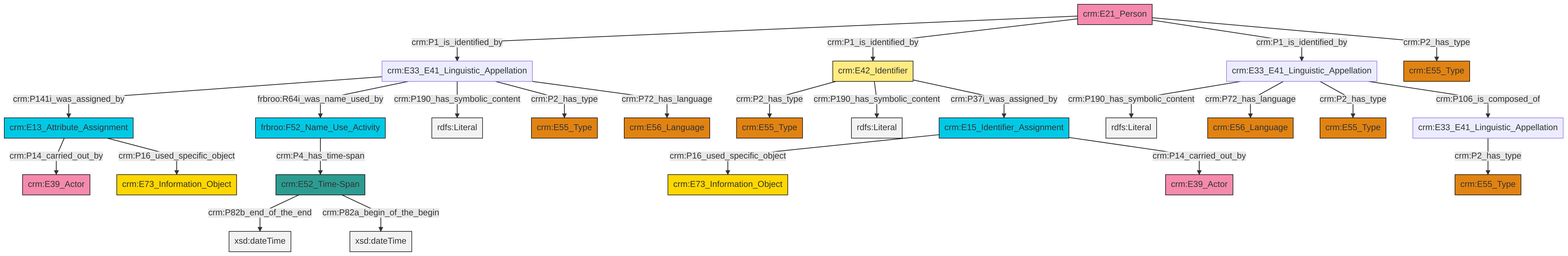
The Mermaid diagram et/personCSV/ttl/mmd/png/Person_Names_and_Classification.png in swiss-art-research-net/reference-data-models, before a commit. Its source is kept beside it as et/personCSV/ttl/mmd/Person_Names_and_Classification.ttl.mmd.
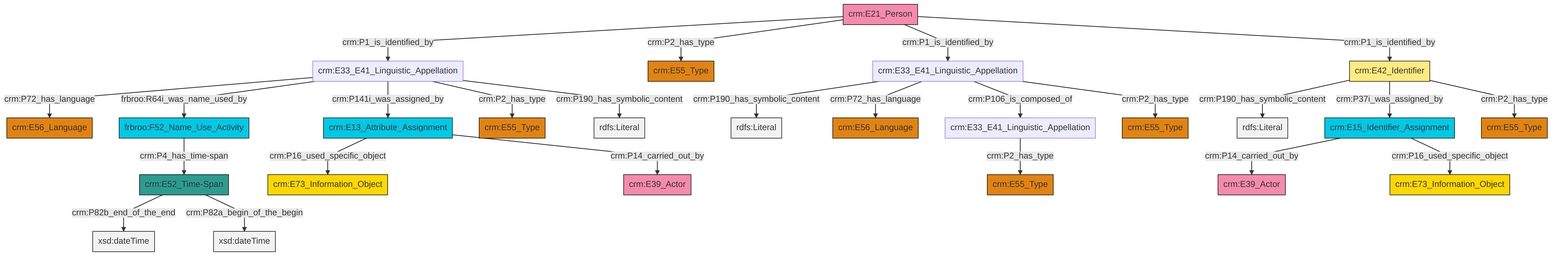
After the change.

The edit, as a diff of the source:
```diff
@@ -13,27 +13,27 @@
 classDef PC_Classes fill:#4ce600, stroke:#000000;
 classDef Multi fill:#cccccc,stroke:#000000;
 
-0["crm:E42_Identifier"]:::Appellation -->|crm:P2_has_type| 1["crm:E55_Type"]:::Type
-4["crm:E33_E41_Linguistic_Appellation"]:::Default -->|crm:P190_has_symbolic_content| 5[rdfs:Literal]:::Literal
-6["crm:E21_Person"]:::Actor -->|crm:P1_is_identified_by| 7["crm:E33_E41_Linguistic_Appellation"]:::Default
-6["crm:E21_Person"]:::Actor -->|crm:P1_is_identified_by| 0["crm:E42_Identifier"]:::Appellation
-7["crm:E33_E41_Linguistic_Appellation"]:::Default -->|crm:P141i_was_assigned_by| 2["crm:E13_Attribute_Assignment"]:::Temporal_Entity
-13["crm:E52_Time-Span"]:::Time-Span -->|crm:P82b_end_of_the_end| 14[xsd:dateTime]:::Literal
-4["crm:E33_E41_Linguistic_Appellation"]:::Default -->|crm:P72_has_language| 18["crm:E56_Language"]:::Type
-22["crm:E15_Identifier_Assignment"]:::Temporal_Entity -->|crm:P16_used_specific_object| 20["crm:E73_Information_Object"]:::Conceptual_Object
-11["crm:E33_E41_Linguistic_Appellation"]:::Default -->|crm:P2_has_type| 23["crm:E55_Type"]:::Type
-6["crm:E21_Person"]:::Actor -->|crm:P1_is_identified_by| 4["crm:E33_E41_Linguistic_Appellation"]:::Default
-7["crm:E33_E41_Linguistic_Appellation"]:::Default -->|frbroo:R64i_was_name_used_by| 29["frbroo:F52_Name_Use_Activity"]:::Temporal_Entity
-2["crm:E13_Attribute_Assignment"]:::Temporal_Entity -->|crm:P14_carried_out_by| 26["crm:E39_Actor"]:::Actor
-7["crm:E33_E41_Linguistic_Appellation"]:::Default -->|crm:P190_has_symbolic_content| 32[rdfs:Literal]:::Literal
-4["crm:E33_E41_Linguistic_Appellation"]:::Default -->|crm:P2_has_type| 33["crm:E55_Type"]:::Type
-29["frbroo:F52_Name_Use_Activity"]:::Temporal_Entity -->|crm:P4_has_time-span| 13["crm:E52_Time-Span"]:::Time-Span
-0["crm:E42_Identifier"]:::Appellation -->|crm:P190_has_symbolic_content| 36[rdfs:Literal]:::Literal
-0["crm:E42_Identifier"]:::Appellation -->|crm:P37i_was_assigned_by| 22["crm:E15_Identifier_Assignment"]:::Temporal_Entity
-4["crm:E33_E41_Linguistic_Appellation"]:::Default -->|crm:P106_is_composed_of| 11["crm:E33_E41_Linguistic_Appellation"]:::Default
-2["crm:E13_Attribute_Assignment"]:::Temporal_Entity -->|crm:P16_used_specific_object| 40["crm:E73_Information_Object"]:::Conceptual_Object
-13["crm:E52_Time-Span"]:::Time-Span -->|crm:P82a_begin_of_the_begin| 42[xsd:dateTime]:::Literal
-7["crm:E33_E41_Linguistic_Appellation"]:::Default -->|crm:P2_has_type| 16["crm:E55_Type"]:::Type
-7["crm:E33_E41_Linguistic_Appellation"]:::Default -->|crm:P72_has_language| 34["crm:E56_Language"]:::Type
-6["crm:E21_Person"]:::Actor -->|crm:P2_has_type| 30["crm:E55_Type"]:::Type
-22["crm:E15_Identifier_Assignment"]:::Temporal_Entity -->|crm:P14_carried_out_by| 9["crm:E39_Actor"]:::Actor
+2["crm:E42_Identifier"]:::Appellation -->|crm:P190_has_symbolic_content| 3[rdfs:Literal]:::Literal
+8["crm:E15_Identifier_Assignment"]:::Temporal_Entity -->|crm:P14_carried_out_by| 9["crm:E39_Actor"]:::Actor
+2["crm:E42_Identifier"]:::Appellation -->|crm:P37i_was_assigned_by| 8["crm:E15_Identifier_Assignment"]:::Temporal_Entity
+10["crm:E33_E41_Linguistic_Appellation"]:::Default -->|crm:P2_has_type| 11["crm:E55_Type"]:::Type
+12["crm:E33_E41_Linguistic_Appellation"]:::Default -->|crm:P72_has_language| 13["crm:E56_Language"]:::Type
+17["crm:E21_Person"]:::Actor -->|crm:P1_is_identified_by| 12["crm:E33_E41_Linguistic_Appellation"]:::Default
+25["crm:E13_Attribute_Assignment"]:::Temporal_Entity -->|crm:P16_used_specific_object| 22["crm:E73_Information_Object"]:::Conceptual_Object
+26["crm:E33_E41_Linguistic_Appellation"]:::Default -->|crm:P190_has_symbolic_content| 27[rdfs:Literal]:::Literal
+12["crm:E33_E41_Linguistic_Appellation"]:::Default -->|frbroo:R64i_was_name_used_by| 0["frbroo:F52_Name_Use_Activity"]:::Temporal_Entity
+12["crm:E33_E41_Linguistic_Appellation"]:::Default -->|crm:P141i_was_assigned_by| 25["crm:E13_Attribute_Assignment"]:::Temporal_Entity
+12["crm:E33_E41_Linguistic_Appellation"]:::Default -->|crm:P2_has_type| 20["crm:E55_Type"]:::Type
+26["crm:E33_E41_Linguistic_Appellation"]:::Default -->|crm:P72_has_language| 29["crm:E56_Language"]:::Type
+17["crm:E21_Person"]:::Actor -->|crm:P2_has_type| 31["crm:E55_Type"]:::Type
+25["crm:E13_Attribute_Assignment"]:::Temporal_Entity -->|crm:P14_carried_out_by| 4["crm:E39_Actor"]:::Actor
+33["crm:E52_Time-Span"]:::Time-Span -->|crm:P82b_end_of_the_end| 34[xsd:dateTime]:::Literal
+2["crm:E42_Identifier"]:::Appellation -->|crm:P2_has_type| 15["crm:E55_Type"]:::Type
+0["frbroo:F52_Name_Use_Activity"]:::Temporal_Entity -->|crm:P4_has_time-span| 33["crm:E52_Time-Span"]:::Time-Span
+8["crm:E15_Identifier_Assignment"]:::Temporal_Entity -->|crm:P16_used_specific_object| 39["crm:E73_Information_Object"]:::Conceptual_Object
+26["crm:E33_E41_Linguistic_Appellation"]:::Default -->|crm:P106_is_composed_of| 10["crm:E33_E41_Linguistic_Appellation"]:::Default
+17["crm:E21_Person"]:::Actor -->|crm:P1_is_identified_by| 26["crm:E33_E41_Linguistic_Appellation"]:::Default
+17["crm:E21_Person"]:::Actor -->|crm:P1_is_identified_by| 2["crm:E42_Identifier"]:::Appellation
+33["crm:E52_Time-Span"]:::Time-Span -->|crm:P82a_begin_of_the_begin| 45[xsd:dateTime]:::Literal
+12["crm:E33_E41_Linguistic_Appellation"]:::Default -->|crm:P190_has_symbolic_content| 46[rdfs:Literal]:::Literal
+26["crm:E33_E41_Linguistic_Appellation"]:::Default -->|crm:P2_has_type| 6["crm:E55_Type"]:::Type
```
